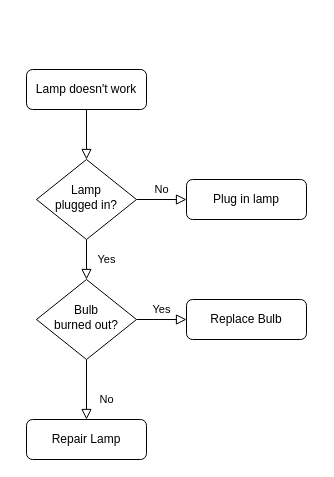
esther615kim/gamesinJS keeps this draw.io diagram as Untitled Diagram.drawio. Above is the earlier version. Source tidied: cells renumbered, new cells numbered last; positions are measured from the earlier drawing's top-left corner, leaving out a move shared by most shapes. Both pictures are drawn from the tidied source at 100%, with x=0, y=0 at pixel (26, 69).
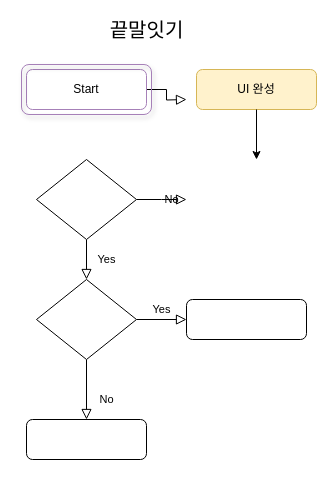
The same diagram, later.

Change to the diagram source:
```diff
@@
 <mxGraphModel>
   <root>
     <mxCell id="0" />
     <mxCell id="1" parent="0" />
-    <mxCell id="2" style="rounded=0;html=1;jettySize=auto;fontSize=11;endArrow=block;endFill=0;endSize=8;strokeWidth=1;shadow=0;labelBackgroundColor=none;edgeStyle=orthogonalEdgeStyle;" parent="1" edge="1" source="3" target="6">
-      <mxGeometry relative="1" as="geometry" />
+    <mxCell id="2" style="rounded=0;html=1;jettySize=auto;fontSize=11;endArrow=block;endFill=0;endSize=8;strokeWidth=1;shadow=0;labelBackgroundColor=none;edgeStyle=orthogonalEdgeStyle;" parent="1" edge="1" source="3">
+      <mxGeometry relative="1" as="geometry">
+        <mxPoint x="160" y="30" as="targetPoint" />
+      </mxGeometry>
     </mxCell>
-    <mxCell id="3" value="Lamp doesn't work" style="rounded=1;whiteSpace=wrap;html=1;fontSize=12;glass=0;strokeWidth=1;shadow=0;" parent="1" vertex="1">
+    <mxCell id="3" value="Start" style="rounded=1;whiteSpace=wrap;html=1;fontSize=12;glass=0;strokeWidth=1;shadow=0;strokeColor=#A680B8;" parent="1" vertex="1">
       <mxGeometry width="120" height="40" as="geometry" />
     </mxCell>
     <mxCell id="4" value="Yes" style="rounded=0;html=1;jettySize=auto;fontSize=11;endArrow=block;endFill=0;endSize=8;strokeWidth=1;shadow=0;labelBackgroundColor=none;edgeStyle=orthogonalEdgeStyle;" parent="1" edge="1" source="6" target="10">
       <mxGeometry y="20" relative="1" as="geometry" />
     </mxCell>
-    <mxCell id="5" value="No" style="edgeStyle=orthogonalEdgeStyle;rounded=0;html=1;jettySize=auto;fontSize=11;endArrow=block;endFill=0;endSize=8;strokeWidth=1;shadow=0;labelBackgroundColor=none;" parent="1" edge="1" source="6" target="7">
-      <mxGeometry y="10" relative="1" as="geometry" />
+    <mxCell id="5" value="No" style="edgeStyle=orthogonalEdgeStyle;rounded=0;html=1;jettySize=auto;fontSize=11;endArrow=block;endFill=0;endSize=8;strokeWidth=1;shadow=0;labelBackgroundColor=none;" parent="1" edge="1" source="6">
+      <mxGeometry y="10" relative="1" as="geometry">
+        <mxPoint x="160" y="130" as="targetPoint" />
+      </mxGeometry>
     </mxCell>
-    <mxCell id="6" value="Lamp&lt;br&gt;plugged in?" style="rhombus;whiteSpace=wrap;html=1;shadow=0;fontFamily=Helvetica;fontSize=12;align=center;strokeWidth=1;spacing=6;spacingTop=-4;" parent="1" vertex="1">
+    <mxCell id="6" style="rhombus;whiteSpace=wrap;html=1;shadow=0;fontFamily=Helvetica;fontSize=12;align=center;strokeWidth=1;spacing=6;spacingTop=-4;" parent="1" vertex="1">
       <mxGeometry x="10" y="90" width="100" height="80" as="geometry" />
     </mxCell>
-    <mxCell id="7" value="Plug in lamp" style="rounded=1;whiteSpace=wrap;html=1;fontSize=12;glass=0;strokeWidth=1;shadow=0;" parent="1" vertex="1">
-      <mxGeometry x="160" y="110" width="120" height="40" as="geometry" />
-    </mxCell>
     <mxCell id="8" value="No" style="rounded=0;html=1;jettySize=auto;fontSize=11;endArrow=block;endFill=0;endSize=8;strokeWidth=1;shadow=0;labelBackgroundColor=none;edgeStyle=orthogonalEdgeStyle;" parent="1" edge="1" source="10" target="11">
       <mxGeometry x="0.33" y="20" relative="1" as="geometry" />
     </mxCell>
     <mxCell id="9" value="Yes" style="edgeStyle=orthogonalEdgeStyle;rounded=0;html=1;jettySize=auto;fontSize=11;endArrow=block;endFill=0;endSize=8;strokeWidth=1;shadow=0;labelBackgroundColor=none;" parent="1" edge="1" source="10" target="12">
       <mxGeometry y="10" relative="1" as="geometry" />
     </mxCell>
-    <mxCell id="10" value="Bulb&lt;br&gt;burned out?" style="rhombus;whiteSpace=wrap;html=1;shadow=0;fontFamily=Helvetica;fontSize=12;align=center;strokeWidth=1;spacing=6;spacingTop=-4;" parent="1" vertex="1">
+    <mxCell id="10" style="rhombus;whiteSpace=wrap;html=1;shadow=0;fontFamily=Helvetica;fontSize=12;align=center;strokeWidth=1;spacing=6;spacingTop=-4;" parent="1" vertex="1">
       <mxGeometry x="10" y="210" width="100" height="80" as="geometry" />
     </mxCell>
-    <mxCell id="11" value="Repair Lamp" style="rounded=1;whiteSpace=wrap;html=1;fontSize=12;glass=0;strokeWidth=1;shadow=0;" parent="1" vertex="1">
+    <mxCell id="11" style="rounded=1;whiteSpace=wrap;html=1;fontSize=12;glass=0;strokeWidth=1;shadow=0;" parent="1" vertex="1">
       <mxGeometry y="350" width="120" height="40" as="geometry" />
     </mxCell>
-    <mxCell id="12" value="Replace Bulb" style="rounded=1;whiteSpace=wrap;html=1;fontSize=12;glass=0;strokeWidth=1;shadow=0;" parent="1" vertex="1">
+    <mxCell id="12" style="rounded=1;whiteSpace=wrap;html=1;fontSize=12;glass=0;strokeWidth=1;shadow=0;" parent="1" vertex="1">
       <mxGeometry x="160" y="230" width="120" height="40" as="geometry" />
     </mxCell>
+    <mxCell id="13" value="UI 완성" style="rounded=1;whiteSpace=wrap;html=1;strokeColor=#d6b656;fillColor=#fff2cc;" parent="1" vertex="1">
+      <mxGeometry x="170" width="120" height="40" as="geometry" />
+    </mxCell>
+    <mxCell id="14" style="rounded=1;whiteSpace=wrap;html=1;strokeColor=#A680B8;fillColor=none;shadow=1;" parent="1" vertex="1">
+      <mxGeometry x="-5" y="-5" width="130" height="50" as="geometry" />
+    </mxCell>
+    <mxCell id="15" style="endArrow=classic;html=1;exitX=0.5;exitY=1;exitDx=0;exitDy=0;" parent="1" edge="1" source="13">
+      <mxGeometry relative="1" as="geometry">
+        <mxPoint x="230" y="90" as="targetPoint" />
+      </mxGeometry>
+    </mxCell>
+    <mxCell id="16" value="&lt;span style=&quot;font-size: 20px&quot;&gt;끝말잇기&lt;/span&gt;" style="text;html=1;align=center;verticalAlign=middle;strokeColor=none;" parent="1" vertex="1">
+      <mxGeometry x="70" y="-50" width="100" height="20" as="geometry" />
+    </mxCell>
   </root>
 </mxGraphModel>
```
